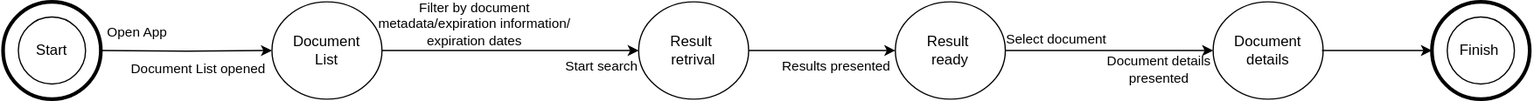
Above: Draw.io diagrams/document_search_STN.drawio.svg in antoniociprani/human_computer_interaction (draw.io), before the change. Source tidied: cells renumbered, new cells last; positions are measured from the earlier drawing's top-left corner, leaving out a move shared by most shapes.
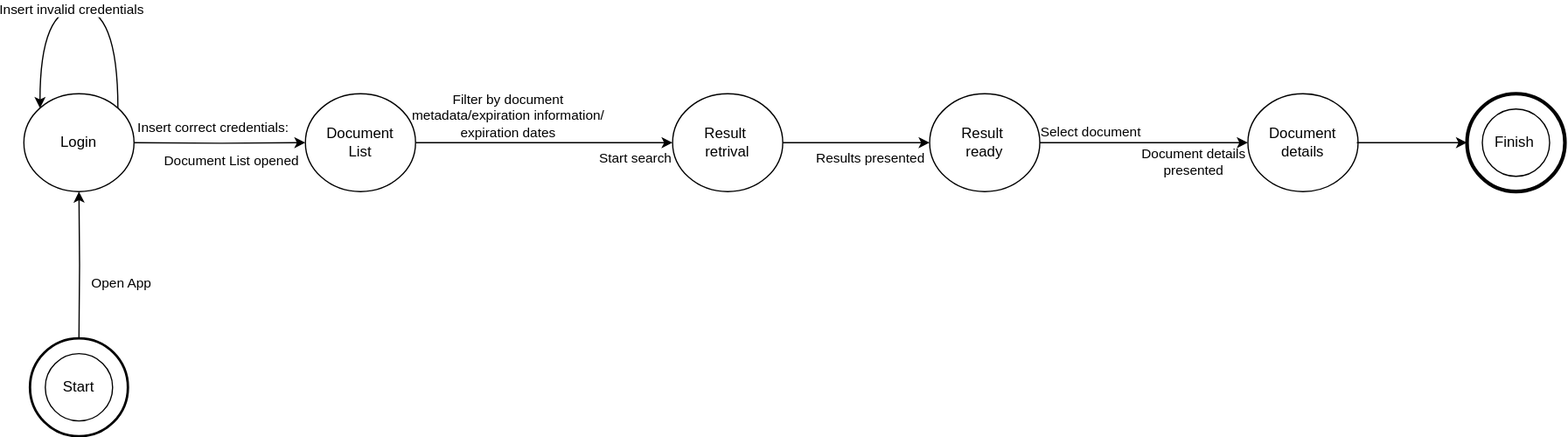
The same diagram one commit later.

Diff of the diagram source:
```diff
@@ -8,26 +8,11 @@
     <mxCell id="3" value="Document&lt;div&gt;List&lt;/div&gt;" style="ellipse;whiteSpace=wrap;html=1;direction=east;" parent="1" vertex="1">
       <mxGeometry x="220" width="90" height="80" as="geometry" />
     </mxCell>
-    <mxCell id="4" value="Open App" style="text;html=1;align=center;verticalAlign=middle;whiteSpace=wrap;rounded=0;fontSize=11;" parent="1" vertex="1">
-      <mxGeometry x="80" y="10" width="60" height="30" as="geometry" />
-    </mxCell>
-    <mxCell id="5" value="Document List opened" style="text;html=1;align=center;verticalAlign=middle;whiteSpace=wrap;rounded=0;fontSize=11;" parent="1" vertex="1">
-      <mxGeometry x="90" y="40" width="140" height="30" as="geometry" />
-    </mxCell>
-    <mxCell id="6" style="ellipse;whiteSpace=wrap;html=1;" parent="1" vertex="1">
-      <mxGeometry x="12.5" y="12.5" width="55" height="55" as="geometry" />
-    </mxCell>
-    <mxCell id="7" style="ellipse;whiteSpace=wrap;html=1;fillColor=none;strokeWidth=3;" parent="1" vertex="1">
-      <mxGeometry width="80" height="80" as="geometry" />
-    </mxCell>
     <mxCell id="8" style="edgeStyle=orthogonalEdgeStyle;rounded=0;jettySize=auto;html=1;entryX=0;entryY=0.5;entryDx=0;entryDy=0;" parent="1" edge="1" target="3">
       <mxGeometry relative="1" as="geometry">
         <mxPoint x="80" y="40" as="sourcePoint" />
       </mxGeometry>
     </mxCell>
-    <mxCell id="9" value="Start" style="text;html=1;align=center;verticalAlign=middle;whiteSpace=wrap;rounded=0;" parent="1" vertex="1">
-      <mxGeometry x="10" y="25" width="60" height="30" as="geometry" />
-    </mxCell>
     <mxCell id="10" style="edgeStyle=orthogonalEdgeStyle;rounded=0;jettySize=auto;html=1;entryX=0;entryY=0.5;entryDx=0;entryDy=0;" parent="1" edge="1" source="11" target="15">
       <mxGeometry relative="1" as="geometry" />
     </mxCell>
@@ -73,5 +58,44 @@
     <mxCell id="23" value="Finish" style="text;html=1;align=center;verticalAlign=middle;whiteSpace=wrap;rounded=0;" parent="1" vertex="1">
       <mxGeometry x="1178" y="25" width="60" height="30" as="geometry" />
     </mxCell>
+    <mxCell id="4" value="Open App" style="text;html=1;align=center;verticalAlign=middle;whiteSpace=wrap;rounded=0;fontSize=11;" parent="1" vertex="1">
+      <mxGeometry x="40" y="140" width="60" height="30" as="geometry" />
+    </mxCell>
+    <mxCell id="24" style="ellipse;whiteSpace=wrap;html=1;" parent="1" vertex="1">
+      <mxGeometry x="7.5" y="212.5" width="55" height="55" as="geometry" />
+    </mxCell>
+    <mxCell id="25" style="edgeStyle=orthogonalEdgeStyle;rounded=0;jettySize=auto;html=1;entryX=0.5;entryY=1;entryDx=0;entryDy=0;" parent="1" edge="1" target="26">
+      <mxGeometry relative="1" as="geometry">
+        <mxPoint x="35" y="200" as="sourcePoint" />
+      </mxGeometry>
+    </mxCell>
+    <mxCell id="9" value="Start" style="text;html=1;align=center;verticalAlign=middle;whiteSpace=wrap;rounded=0;" parent="1" vertex="1">
+      <mxGeometry x="5" y="225" width="60" height="30" as="geometry" />
+    </mxCell>
+    <mxCell id="26" value="Login" style="ellipse;whiteSpace=wrap;html=1;" parent="1" vertex="1">
+      <mxGeometry x="-10" width="90" height="80" as="geometry" />
+    </mxCell>
+    <mxCell id="27" style="edgeStyle=orthogonalEdgeStyle;rounded=0;orthogonalLoop=1;jettySize=auto;html=1;exitX=1;exitY=0;exitDx=0;exitDy=0;entryX=0;entryY=0;entryDx=0;entryDy=0;curved=1;" parent="1" edge="1" source="26" target="26">
+      <mxGeometry relative="1" as="geometry">
+        <Array as="points">
+          <mxPoint x="67" y="-70" />
+          <mxPoint x="3" y="-70" />
+        </Array>
+      </mxGeometry>
+    </mxCell>
+    <mxCell id="28" value="Insert invalid credentials" style="edgeLabel;html=1;align=center;verticalAlign=middle;" parent="27" vertex="1">
+      <mxGeometry x="0.06" y="1" relative="1" as="geometry">
+        <mxPoint y="-1" as="offset" />
+      </mxGeometry>
+    </mxCell>
+    <mxCell id="29" style="ellipse;whiteSpace=wrap;html=1;fillColor=none;strokeWidth=2;" parent="1" vertex="1">
+      <mxGeometry x="-5" y="200" width="80" height="80" as="geometry" />
+    </mxCell>
+    <mxCell id="30" value="Insert correct credentials:" style="text;html=1;align=center;verticalAlign=middle;whiteSpace=wrap;rounded=0;fontSize=11;" parent="1" vertex="1">
+      <mxGeometry x="75" y="12.5" width="140" height="30" as="geometry" />
+    </mxCell>
+    <mxCell id="5" value="Document List opened" style="text;html=1;align=center;verticalAlign=middle;whiteSpace=wrap;rounded=0;fontSize=11;" parent="1" vertex="1">
+      <mxGeometry x="90" y="40" width="140" height="30" as="geometry" />
+    </mxCell>
   </root>
 </mxGraphModel>
```
